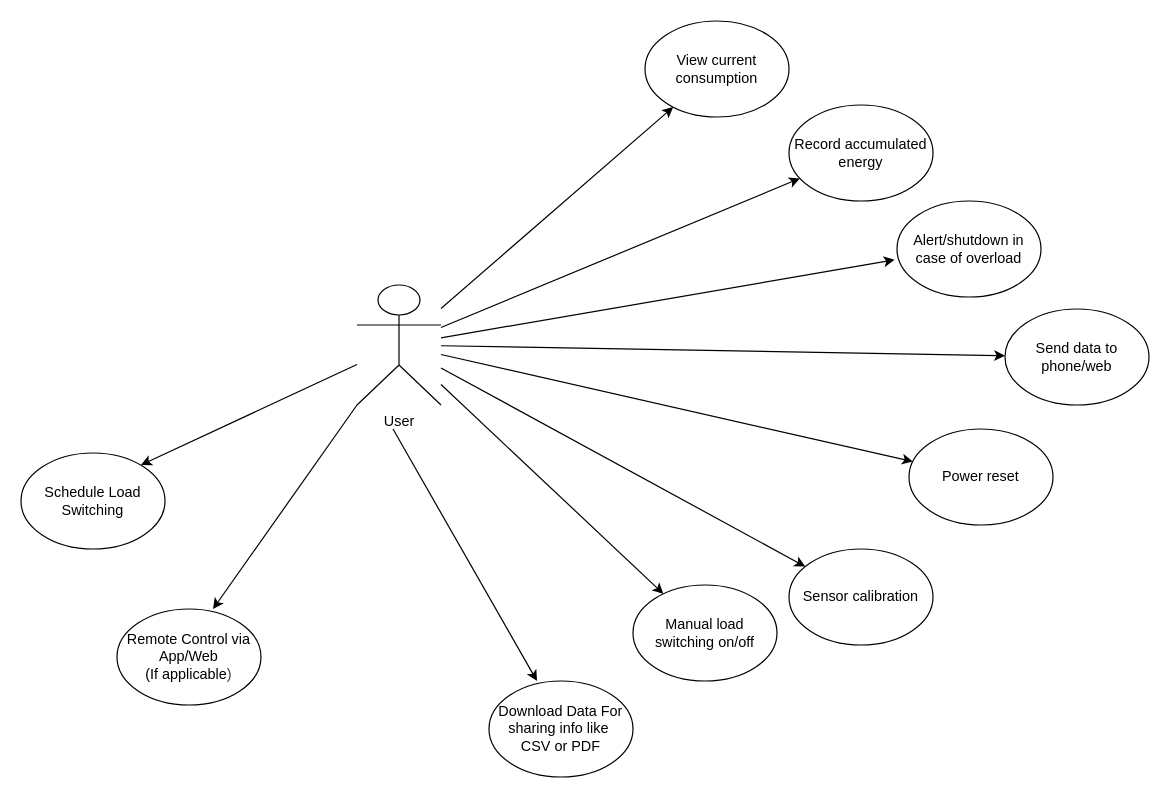
Earlier version of the draw.io diagram Design/ProjectUMLDigrams/UsecaseDigram/UsecaseDigram.drawio (Gestell-Solution/Smart_Energy_Management_System). Source tidied: cells renumbered, new cells numbered last; positions are measured from the earlier drawing's top-left corner, leaving out a move shared by most shapes. Both pictures are drawn from the tidied source at 120%, with x=0, y=0 at pixel (20, 20).
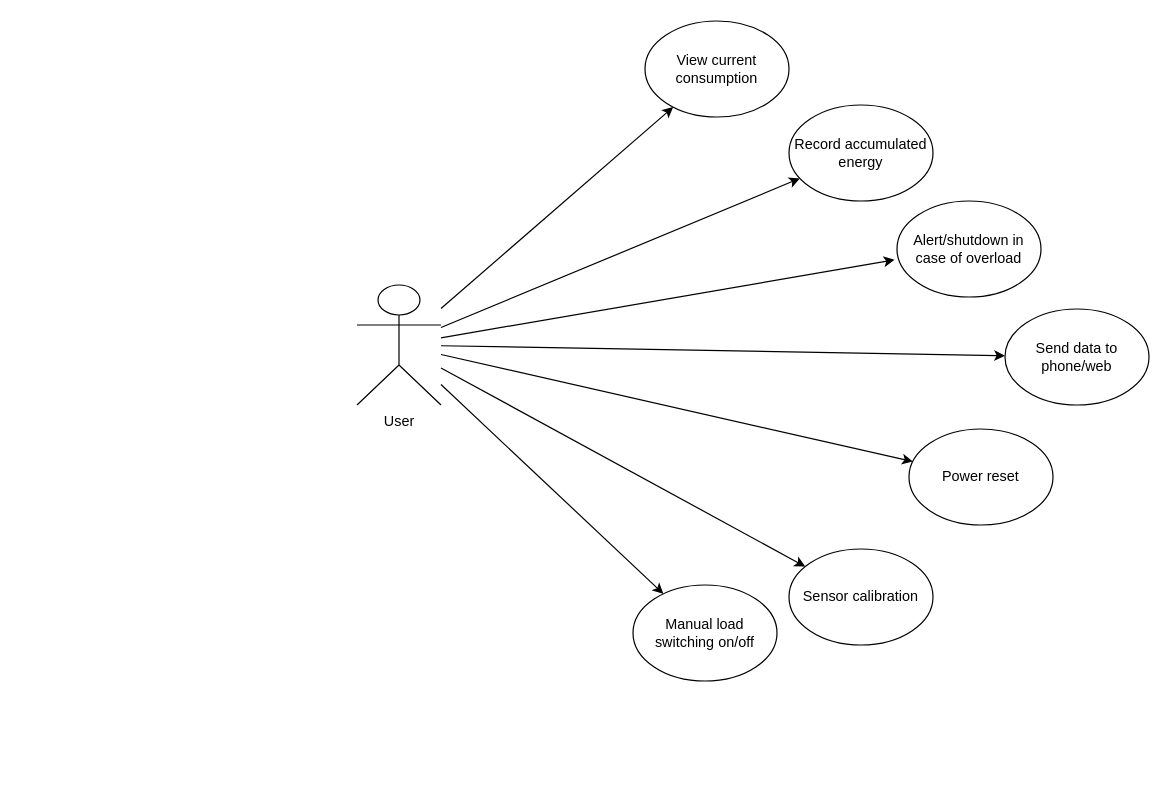
After the change.

Commit message:
[UsecaseDigram Or ComponentDiagrams??!!] [Fixing Mixing Branches ] [Doc]   #62

Unchanged cells that the change refers to:
```xml
<mxCell id="10" value="User&lt;div&gt;&lt;br&gt;&lt;/div&gt;" style="shape=umlActor;verticalLabelPosition=bottom;verticalAlign=top;html=1;outlineConnect=0;" parent="1" vertex="1">
  <mxGeometry x="280" y="220" width="70" height="100" as="geometry" />
</mxCell>
```

What changed in the source:
```diff
@@
-    <mxCell id="8" style="edgeStyle=none;html=1;exitX=0;exitY=1;exitDx=0;exitDy=0;exitPerimeter=0;" parent="1" edge="1" source="10">
-      <mxGeometry relative="1" as="geometry">
-        <mxPoint x="160" y="490" as="targetPoint" />
-      </mxGeometry>
-    </mxCell>
-    <mxCell id="9" style="edgeStyle=none;html=1;" parent="1" edge="1" source="10">
-      <mxGeometry relative="1" as="geometry">
-        <mxPoint x="100" y="370" as="targetPoint" />
-      </mxGeometry>
-    </mxCell>
@@
-    <mxCell id="19" style="edgeStyle=none;html=1;" parent="1" edge="1">
-      <mxGeometry relative="1" as="geometry">
-        <mxPoint x="310" y="340" as="sourcePoint" />
-        <mxPoint x="430" y="550" as="targetPoint" />
-      </mxGeometry>
-    </mxCell>
-    <mxCell id="20" value="Download Data For&lt;br&gt;sharing info like&amp;nbsp;&lt;br&gt;CSV or PDF" style="ellipse;whiteSpace=wrap;html=1;" parent="1" vertex="1">
-      <mxGeometry x="390" y="550" width="120" height="80" as="geometry" />
-    </mxCell>
-    <mxCell id="21" value="Remote Control via App/Web&lt;br&gt;(If applicable&lt;span style=&quot;color: rgb(63, 63, 63); background-color: transparent;&quot;&gt;)&lt;/span&gt;" style="ellipse;whiteSpace=wrap;html=1;" parent="1" vertex="1">
-      <mxGeometry x="80" y="490" width="120" height="80" as="geometry" />
-    </mxCell>
-    <mxCell id="22" value="Schedule Load Switching" style="ellipse;whiteSpace=wrap;html=1;" parent="1" vertex="1">
-      <mxGeometry y="360" width="120" height="80" as="geometry" />
-    </mxCell>
```
